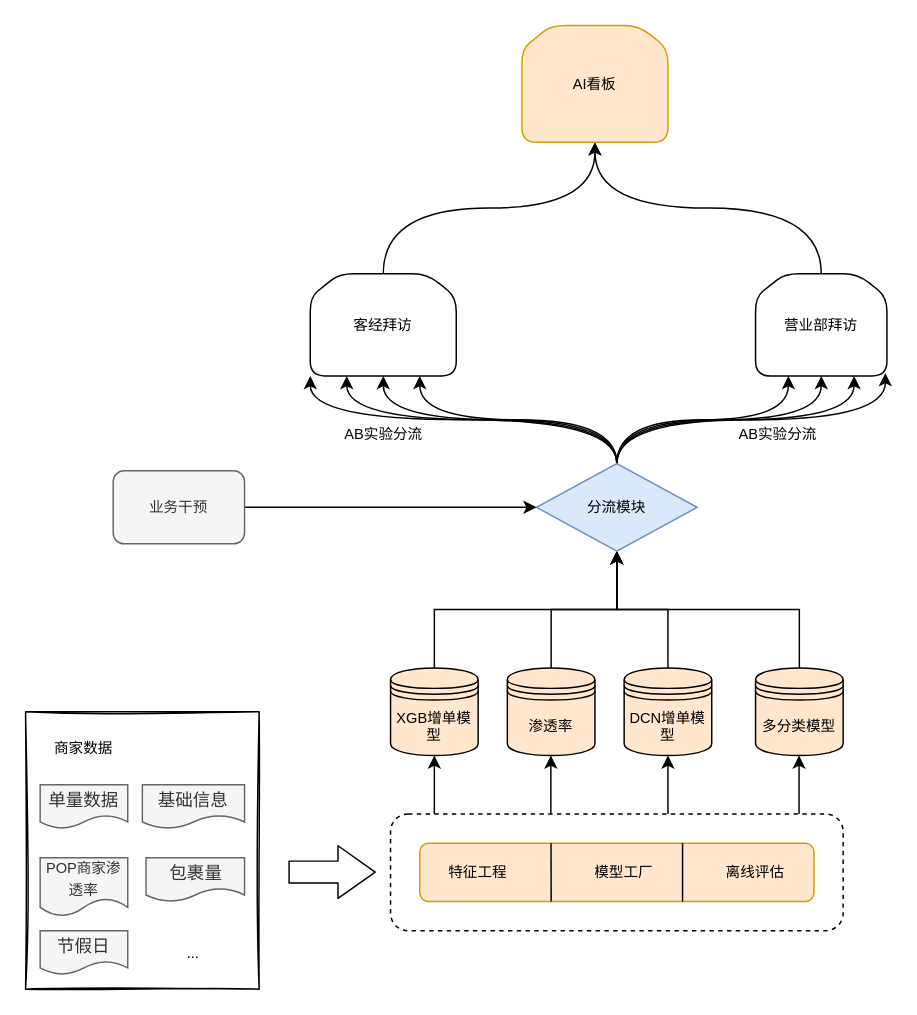
Above: 增单.drawio in JintaiYang/drawio (draw.io), before the change. Source tidied: cells renumbered, new cells numbered last; positions are measured from the earlier drawing's top-left corner, leaving out a move shared by most shapes. Both pictures are drawn from the tidied source at 146%, with x=0, y=0 at pixel (25, 25).
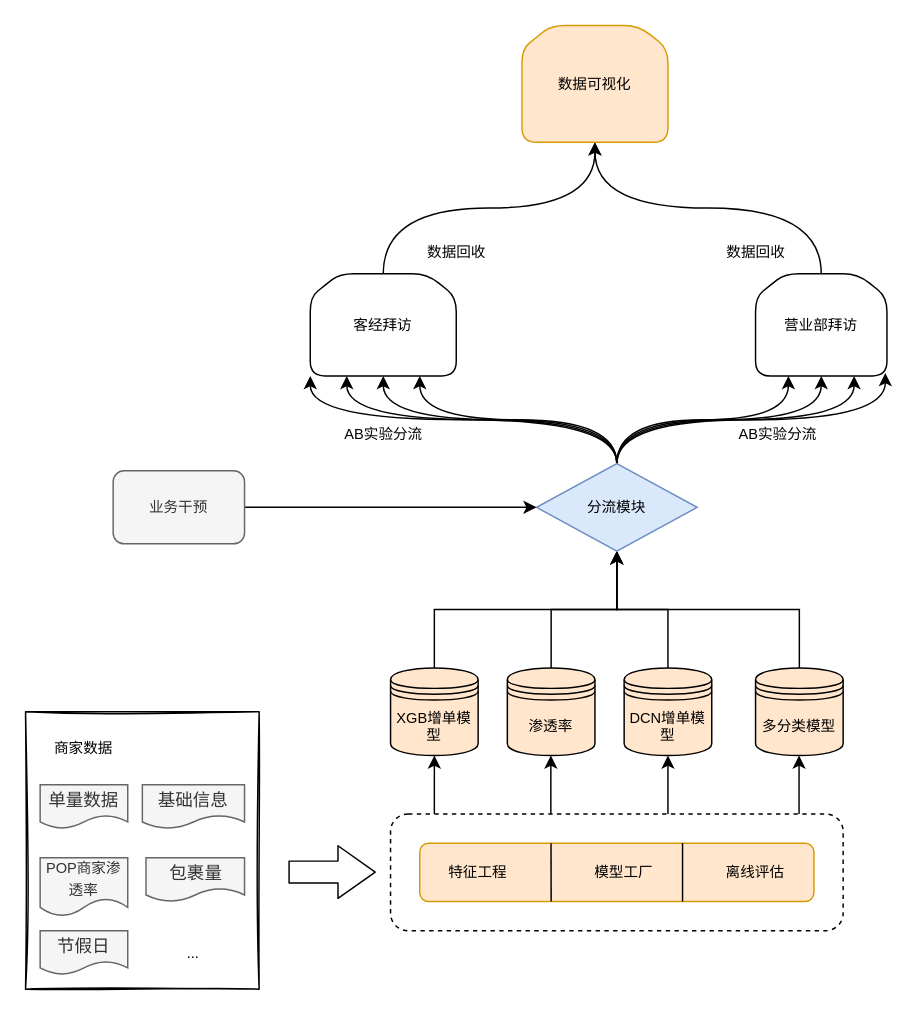
The same diagram, later.

What changed in the source:
```diff
@@
-    <mxCell id="39" value="AI看板" style="shape=loopLimit;whiteSpace=wrap;html=1;rounded=1;sketch=0;fontSize=10;fillColor=#ffe6cc;strokeColor=#d79b00;" parent="1" vertex="1">
+    <mxCell id="39" value="数据可视化" style="shape=loopLimit;whiteSpace=wrap;html=1;rounded=1;sketch=0;fontSize=10;fillColor=#ffe6cc;strokeColor=#d79b00;" parent="1" vertex="1">
       <mxGeometry x="340" width="100" height="80" as="geometry" />
     </mxCell>
@@
+    <mxCell id="49" value="数据回收" style="text;html=1;align=center;verticalAlign=middle;strokeColor=none;fillColor=none;fontSize=10;" parent="1" vertex="1">
+      <mxGeometry x="260" y="140" width="70" height="30" as="geometry" />
+    </mxCell>
+    <mxCell id="50" value="数据回收" style="text;html=1;align=center;verticalAlign=middle;strokeColor=none;fillColor=none;fontSize=10;" parent="1" vertex="1">
+      <mxGeometry x="465" y="140" width="70" height="30" as="geometry" />
+    </mxCell>
```
